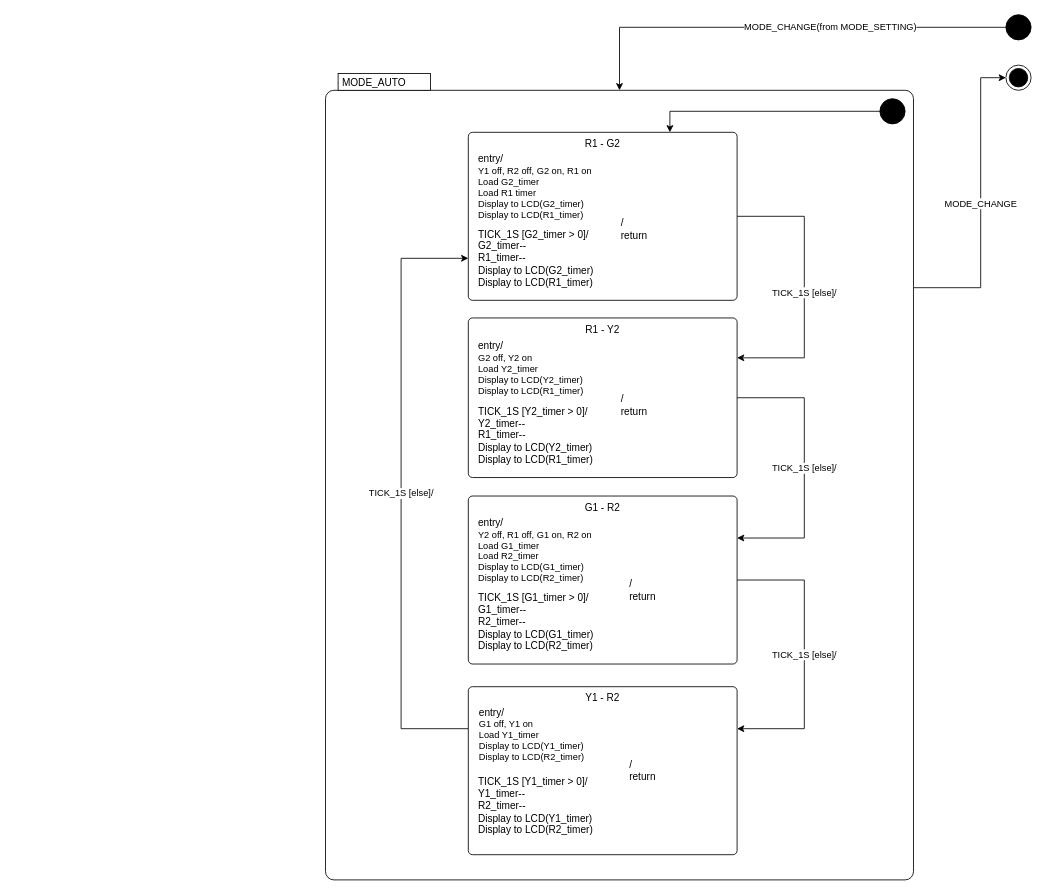
The draw.io diagram page "fsm_auto_uml" (4 of 6) of Drafts/traffic_fsm.drawio in trananhtuhcmut/traffic_light_mcmp-assignment, before the edit. Source tidied: cells renumbered, new cells numbered last; positions are measured from the earlier drawing's top-left corner, leaving out a move shared by most shapes. Both pictures are drawn from the tidied source at 84%, with x=0, y=0 at pixel (325, 14).
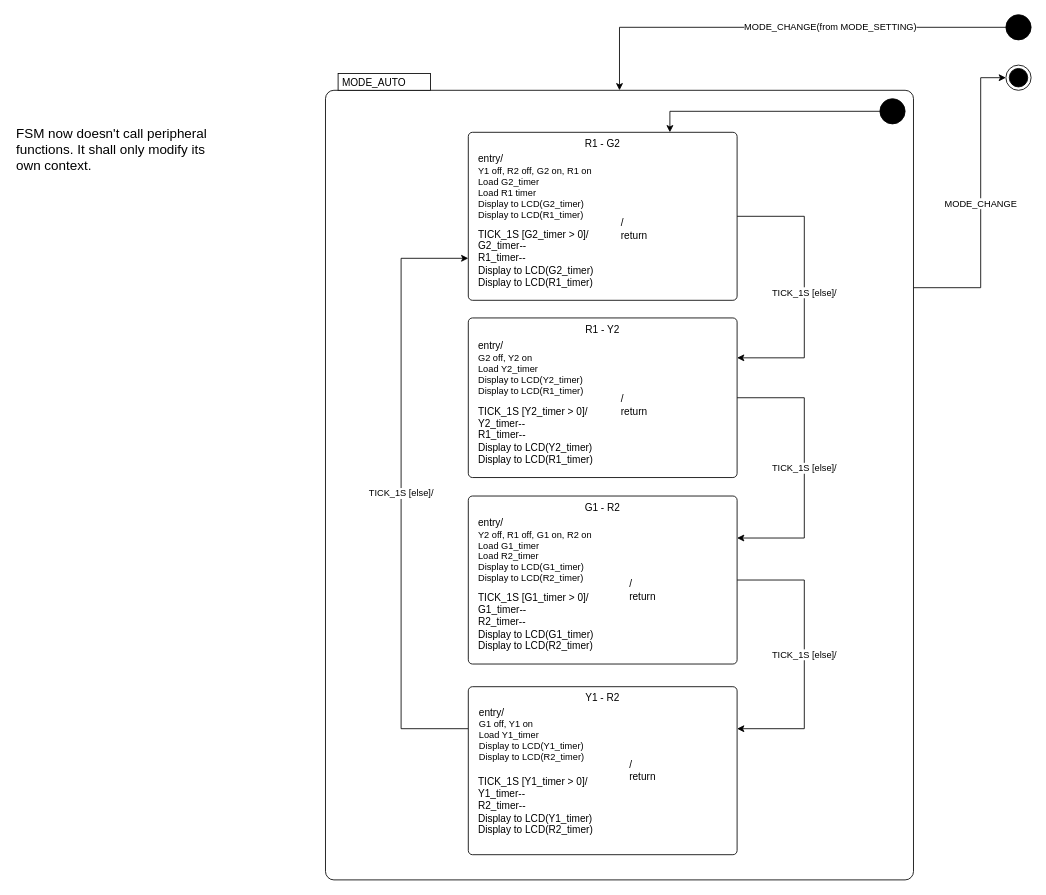
After the change.

What changed in the source:
```diff
@@
+    <mxCell id="33" value="FSM now doesn't call peripheral functions. It shall only modify its own context." style="text;html=1;whiteSpace=wrap;strokeColor=none;fillColor=none;align=left;verticalAlign=middle;rounded=0;fontSize=16;" parent="1" vertex="1">
+      <mxGeometry x="-370" y="100" width="250" height="120" as="geometry" />
+    </mxCell>
```
